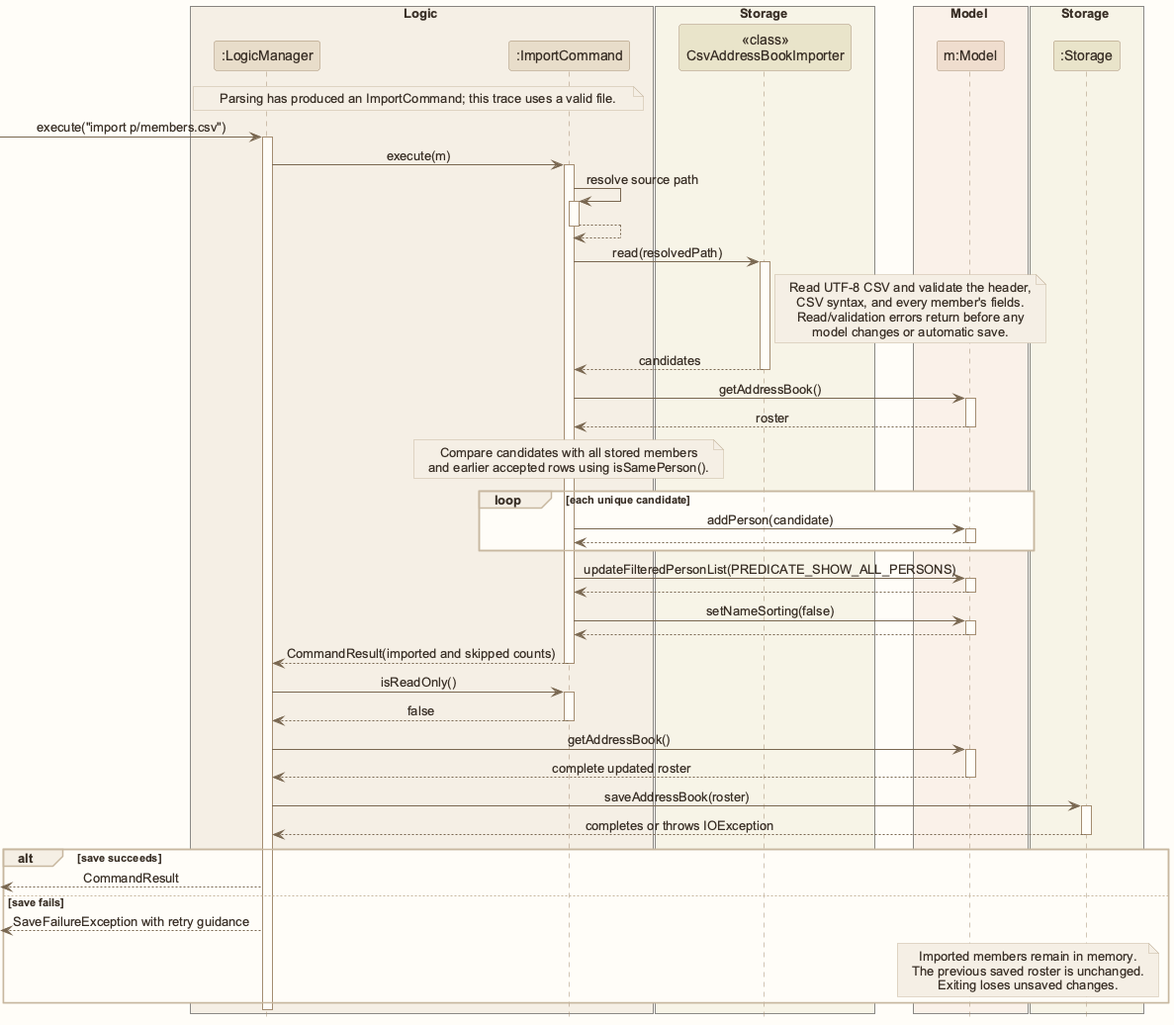
Earlier version of the PlantUML export images/CsvImportSequenceDiagram.png (AY2627S1-CS2103T-W12-1/tp).
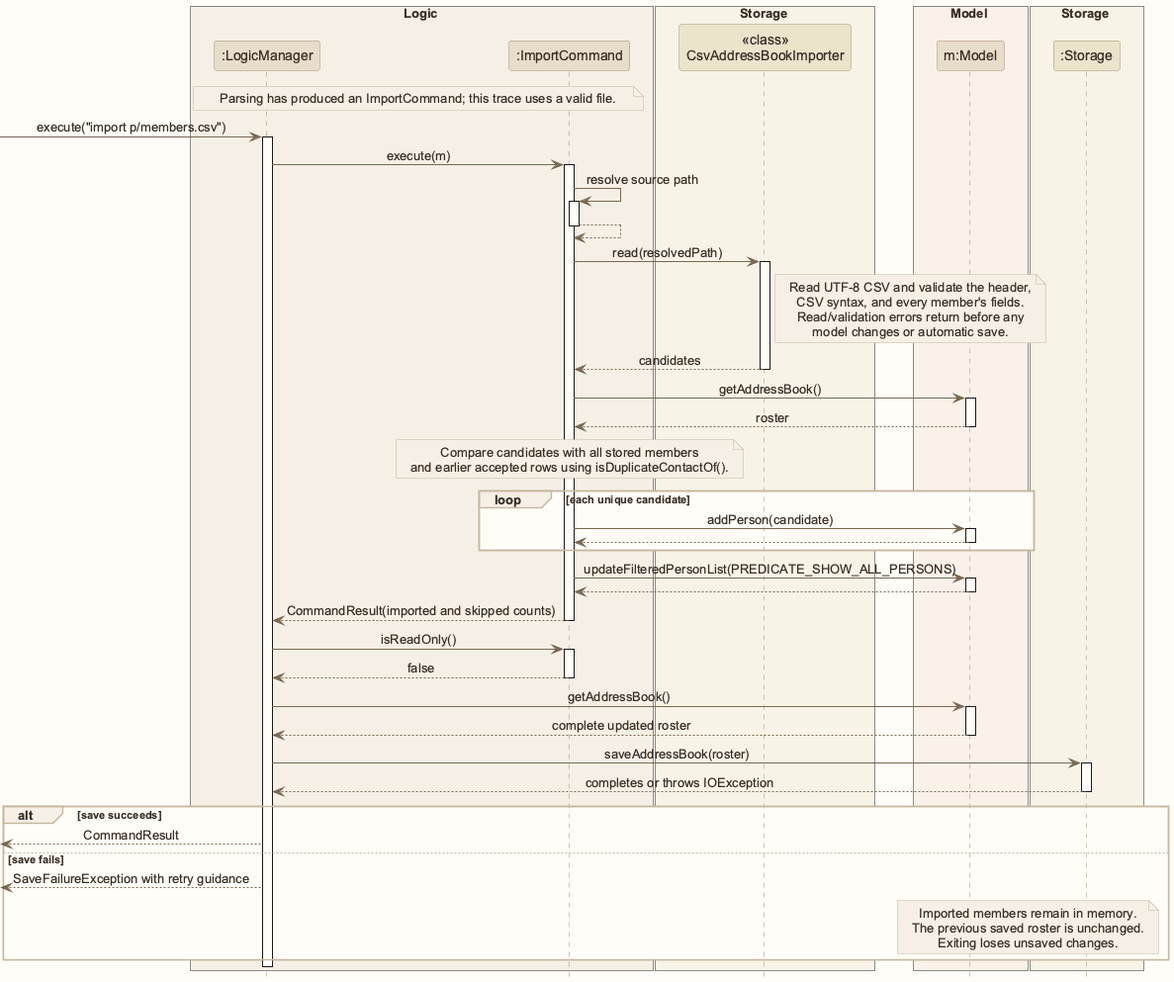
After the commit.

Change to the diagram source:
```diff
@@ -1,5 +1,4 @@
 @startuml
-!pragma layout smetana
 !include style.puml
 skinparam ArrowFontStyle plain
 
@@ -40,7 +39,7 @@
 activate Model
 Model --> Command : roster
 deactivate Model
-note over Command: Compare candidates with all stored members\nand earlier accepted rows using isSamePerson().
+note over Command: Compare candidates with all stored members\nand earlier accepted rows using isDuplicateContactOf().
 loop each unique candidate
     Command -> Model : addPerson(candidate)
     activate Model
@@ -48,10 +47,6 @@
     deactivate Model
 end
 Command -> Model : updateFilteredPersonList(PREDICATE_SHOW_ALL_PERSONS)
-activate Model
-Model --> Command
-deactivate Model
-Command -> Model : setNameSorting(false)
 activate Model
 Model --> Command
 deactivate Model
```
